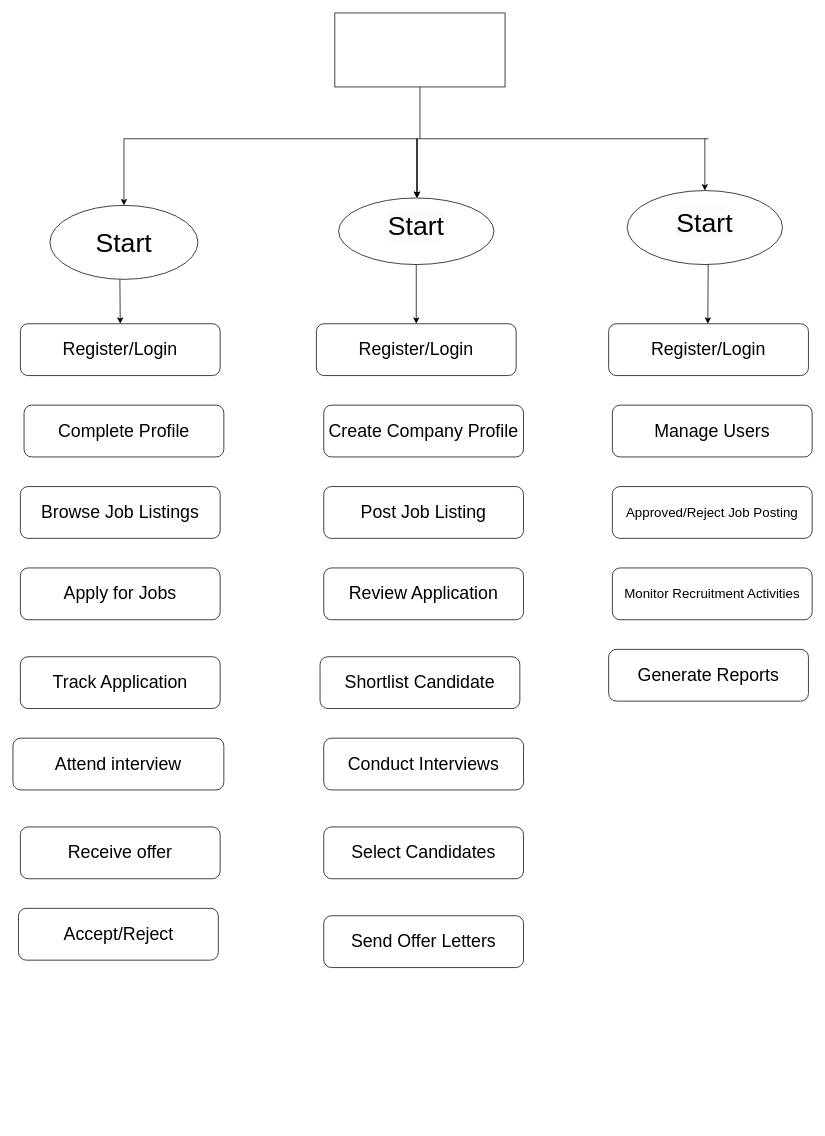
Before: CRMS.drawio in regel04/CRMS, a draw.io diagram. Source tidied: cells renumbered, new cells numbered last; positions are measured from the earlier drawing's top-left corner, leaving out a move shared by most shapes. Both pictures are drawn from the tidied source at 74%, with x=0, y=0 at pixel (13, 13).
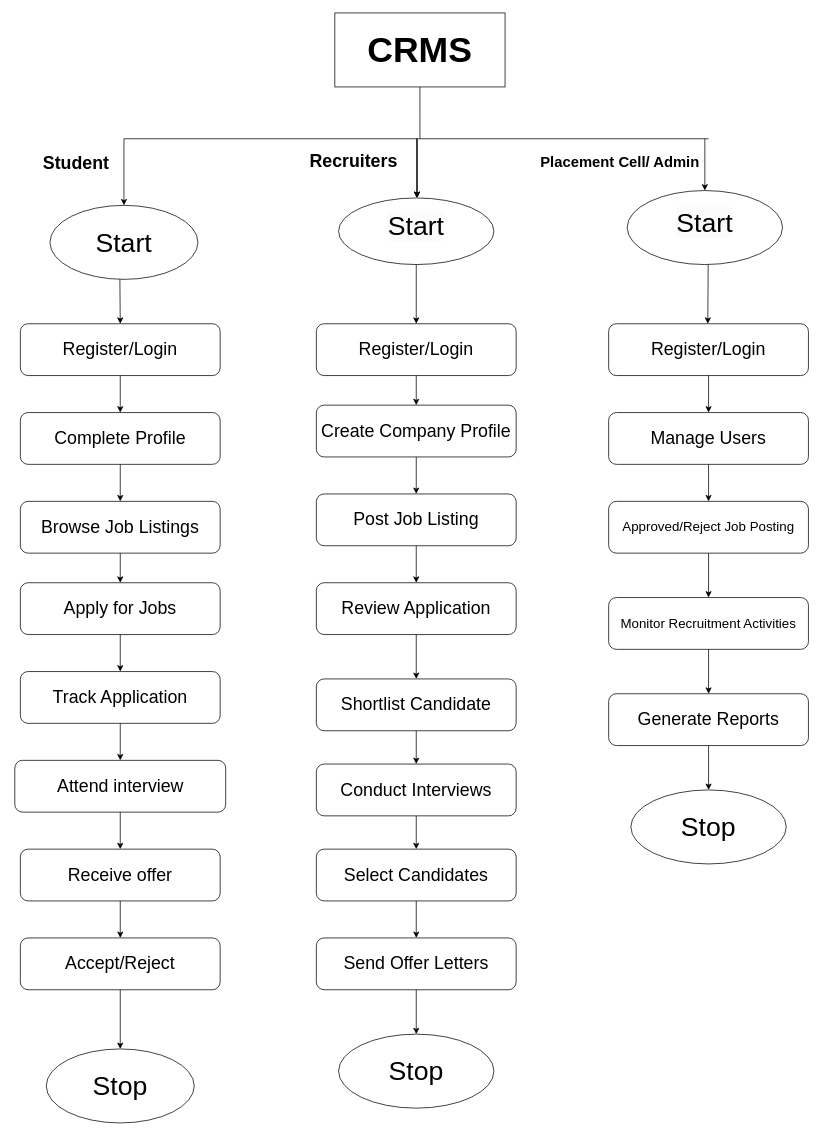
The same diagram, later.

The change refers to these unchanged cells:
```xml
<mxCell id="12" value="&lt;font style=&quot;font-size: 24px;&quot;&gt;Register/Login&lt;/font&gt;" style="rounded=1;whiteSpace=wrap;html=1;" parent="1" vertex="1">
  <mxGeometry x="10" y="420" width="270" height="70" as="geometry" />
</mxCell>
<mxCell id="20" value="&lt;span style=&quot;font-size: 24px;&quot;&gt;Register/Login&lt;/span&gt;" style="rounded=1;whiteSpace=wrap;html=1;" parent="1" vertex="1">
  <mxGeometry x="805" y="420" width="270" height="70" as="geometry" />
</mxCell>
<mxCell id="26" value="&lt;span style=&quot;font-size: 24px;&quot;&gt;Register/Login&lt;/span&gt;" style="rounded=1;whiteSpace=wrap;html=1;" parent="1" vertex="1">
  <mxGeometry x="410" y="420" width="270" height="70" as="geometry" />
</mxCell>
```

Change to the diagram source:
```diff
@@
-    <mxCell id="3" style="rounded=0;whiteSpace=wrap;html=1;" parent="1" vertex="1">
+    <mxCell id="3" value="&lt;font style=&quot;font-size: 48px;&quot;&gt;&lt;b&gt;CRMS&lt;/b&gt;&lt;/font&gt;" style="rounded=0;whiteSpace=wrap;html=1;" parent="1" vertex="1">
       <mxGeometry x="435" width="230" height="100" as="geometry" />
     </mxCell>
@@
     <mxCell id="13" value="&lt;font style=&quot;font-size: 24px;&quot;&gt;Complete Profile&lt;/font&gt;" style="rounded=1;whiteSpace=wrap;html=1;" parent="1" vertex="1">
-      <mxGeometry x="15" y="530" width="270" height="70" as="geometry" />
+      <mxGeometry x="10" y="540" width="270" height="70" as="geometry" />
     </mxCell>
     <mxCell id="14" value="&lt;font style=&quot;font-size: 24px;&quot;&gt;Browse Job Listings&lt;/font&gt;" style="rounded=1;whiteSpace=wrap;html=1;" parent="1" vertex="1">
-      <mxGeometry x="10" y="640" width="270" height="70" as="geometry" />
+      <mxGeometry x="10" y="660" width="270" height="70" as="geometry" />
     </mxCell>
     <mxCell id="15" value="&lt;font style=&quot;font-size: 24px;&quot;&gt;Apply for Jobs&lt;/font&gt;" style="rounded=1;whiteSpace=wrap;html=1;" parent="1" vertex="1">
-      <mxGeometry x="10" y="750" width="270" height="70" as="geometry" />
+      <mxGeometry x="10" y="770" width="270" height="70" as="geometry" />
     </mxCell>
     <mxCell id="16" value="&lt;font style=&quot;font-size: 24px;&quot;&gt;Track Application&lt;/font&gt;" style="rounded=1;whiteSpace=wrap;html=1;" parent="1" vertex="1">
-      <mxGeometry x="10" y="870" width="270" height="70" as="geometry" />
+      <mxGeometry x="10" y="890" width="270" height="70" as="geometry" />
     </mxCell>
     <mxCell id="17" value="&lt;font style=&quot;font-size: 24px;&quot;&gt;Attend interview&lt;/font&gt;" style="rounded=1;whiteSpace=wrap;html=1;" parent="1" vertex="1">
-      <mxGeometry y="980" width="285" height="70" as="geometry" />
+      <mxGeometry x="2.5" y="1010" width="285" height="70" as="geometry" />
     </mxCell>
     <mxCell id="18" value="&lt;font style=&quot;font-size: 24px;&quot;&gt;Receive offer&lt;/font&gt;" style="rounded=1;whiteSpace=wrap;html=1;" parent="1" vertex="1">
-      <mxGeometry x="10" y="1100" width="270" height="70" as="geometry" />
+      <mxGeometry x="10" y="1130" width="270" height="70" as="geometry" />
     </mxCell>
     <mxCell id="19" value="&lt;font style=&quot;font-size: 24px;&quot;&gt;Accept/Reject&lt;/font&gt;" style="rounded=1;whiteSpace=wrap;html=1;" parent="1" vertex="1">
-      <mxGeometry x="7.5" y="1210" width="270" height="70" as="geometry" />
+      <mxGeometry x="10" y="1250" width="270" height="70" as="geometry" />
     </mxCell>
@@
     <mxCell id="21" value="&lt;font style=&quot;font-size: 18px;&quot;&gt;Approved/Reject Job Posting&lt;/font&gt;" style="rounded=1;whiteSpace=wrap;html=1;" parent="1" vertex="1">
-      <mxGeometry x="810" y="640" width="270" height="70" as="geometry" />
+      <mxGeometry x="805" y="660" width="270" height="70" as="geometry" />
     </mxCell>
     <mxCell id="22" value="&lt;font style=&quot;font-size: 24px;&quot;&gt;Manage Users&lt;/font&gt;" style="rounded=1;whiteSpace=wrap;html=1;" parent="1" vertex="1">
-      <mxGeometry x="810" y="530" width="270" height="70" as="geometry" />
+      <mxGeometry x="805" y="540" width="270" height="70" as="geometry" />
     </mxCell>
     <mxCell id="23" value="&lt;font style=&quot;font-size: 24px;&quot;&gt;Select Candidates&lt;/font&gt;" style="rounded=1;whiteSpace=wrap;html=1;" parent="1" vertex="1">
-      <mxGeometry x="420" y="1100" width="270" height="70" as="geometry" />
+      <mxGeometry x="410" y="1130" width="270" height="70" as="geometry" />
     </mxCell>
     <mxCell id="24" value="&lt;font style=&quot;font-size: 18px;&quot;&gt;Monitor Recruitment Activities&lt;/font&gt;" style="rounded=1;whiteSpace=wrap;html=1;" parent="1" vertex="1">
-      <mxGeometry x="810" y="750" width="270" height="70" as="geometry" />
+      <mxGeometry x="805" y="790" width="270" height="70" as="geometry" />
     </mxCell>
     <mxCell id="25" value="&lt;font style=&quot;font-size: 24px;&quot;&gt;Generate Reports&lt;/font&gt;" style="rounded=1;whiteSpace=wrap;html=1;" parent="1" vertex="1">
-      <mxGeometry x="805" y="860" width="270" height="70" as="geometry" />
+      <mxGeometry x="805" y="920" width="270" height="70" as="geometry" />
     </mxCell>
@@
     <mxCell id="27" value="&lt;font style=&quot;font-size: 24px;&quot;&gt;Create Company Profile&lt;/font&gt;" style="rounded=1;whiteSpace=wrap;html=1;" parent="1" vertex="1">
-      <mxGeometry x="420" y="530" width="270" height="70" as="geometry" />
+      <mxGeometry x="410" y="530" width="270" height="70" as="geometry" />
     </mxCell>
     <mxCell id="28" value="&lt;font style=&quot;font-size: 24px;&quot;&gt;Post Job Listing&lt;/font&gt;" style="rounded=1;whiteSpace=wrap;html=1;" parent="1" vertex="1">
-      <mxGeometry x="420" y="640" width="270" height="70" as="geometry" />
+      <mxGeometry x="410" y="650" width="270" height="70" as="geometry" />
     </mxCell>
     <mxCell id="29" value="&lt;font style=&quot;font-size: 24px;&quot;&gt;Review Application&lt;/font&gt;" style="rounded=1;whiteSpace=wrap;html=1;" parent="1" vertex="1">
-      <mxGeometry x="420" y="750" width="270" height="70" as="geometry" />
+      <mxGeometry x="410" y="770" width="270" height="70" as="geometry" />
     </mxCell>
     <mxCell id="30" value="&lt;font style=&quot;font-size: 24px;&quot;&gt;Shortlist Candidate&lt;/font&gt;" style="rounded=1;whiteSpace=wrap;html=1;" parent="1" vertex="1">
-      <mxGeometry x="415" y="870" width="270" height="70" as="geometry" />
+      <mxGeometry x="410" y="900" width="270" height="70" as="geometry" />
     </mxCell>
     <mxCell id="31" value="&lt;font style=&quot;font-size: 24px;&quot;&gt;Conduct Interviews&lt;/font&gt;" style="rounded=1;whiteSpace=wrap;html=1;" parent="1" vertex="1">
-      <mxGeometry x="420" y="980" width="270" height="70" as="geometry" />
+      <mxGeometry x="410" y="1015" width="270" height="70" as="geometry" />
     </mxCell>
     <mxCell id="32" value="&lt;font style=&quot;font-size: 24px;&quot;&gt;Send Offer Letters&lt;/font&gt;" style="rounded=1;whiteSpace=wrap;html=1;" parent="1" vertex="1">
-      <mxGeometry x="420" y="1220" width="270" height="70" as="geometry" />
+      <mxGeometry x="410" y="1250" width="270" height="70" as="geometry" />
     </mxCell>
@@
+    <mxCell id="37" value="&lt;font style=&quot;font-size: 36px;&quot;&gt;Stop&lt;/font&gt;" style="ellipse;whiteSpace=wrap;html=1;" parent="1" vertex="1">
+      <mxGeometry x="835" y="1050" width="210" height="100" as="geometry" />
+    </mxCell>
+    <mxCell id="38" value="&lt;font style=&quot;font-size: 36px;&quot;&gt;Stop&lt;/font&gt;" style="ellipse;whiteSpace=wrap;html=1;" parent="1" vertex="1">
+      <mxGeometry x="440" y="1380" width="210" height="100" as="geometry" />
+    </mxCell>
+    <mxCell id="39" value="&lt;font style=&quot;font-size: 36px;&quot;&gt;Stop&lt;/font&gt;" style="ellipse;whiteSpace=wrap;html=1;" parent="1" vertex="1">
+      <mxGeometry x="45" y="1400" width="200" height="100" as="geometry" />
+    </mxCell>
+    <mxCell id="40" style="endArrow=classic;html=1;rounded=0;exitX=0.5;exitY=1;exitDx=0;exitDy=0;" parent="1" edge="1" source="19" target="39">
+      <mxGeometry relative="1" as="geometry" />
+    </mxCell>
+    <mxCell id="41" style="endArrow=classic;html=1;rounded=0;exitX=0.5;exitY=1;exitDx=0;exitDy=0;entryX=0.5;entryY=0;entryDx=0;entryDy=0;" parent="1" edge="1" source="32" target="38">
+      <mxGeometry relative="1" as="geometry" />
+    </mxCell>
+    <mxCell id="42" style="endArrow=classic;html=1;rounded=0;exitX=0.5;exitY=1;exitDx=0;exitDy=0;entryX=0.5;entryY=0;entryDx=0;entryDy=0;" parent="1" edge="1" source="25" target="37">
+      <mxGeometry relative="1" as="geometry" />
+    </mxCell>
+    <mxCell id="43" style="endArrow=classic;html=1;rounded=0;exitX=0.5;exitY=1;exitDx=0;exitDy=0;entryX=0.5;entryY=0;entryDx=0;entryDy=0;" parent="1" edge="1" source="12" target="13">
+      <mxGeometry relative="1" as="geometry" />
+    </mxCell>
+    <mxCell id="44" style="endArrow=classic;html=1;rounded=0;exitX=0.5;exitY=1;exitDx=0;exitDy=0;" parent="1" edge="1" source="13" target="14">
+      <mxGeometry relative="1" as="geometry" />
+    </mxCell>
+    <mxCell id="45" style="endArrow=classic;html=1;rounded=0;exitX=0.5;exitY=1;exitDx=0;exitDy=0;entryX=0.5;entryY=0;entryDx=0;entryDy=0;" parent="1" edge="1" source="14" target="15">
+      <mxGeometry relative="1" as="geometry" />
+    </mxCell>
+    <mxCell id="46" style="endArrow=classic;html=1;rounded=0;exitX=0.5;exitY=1;exitDx=0;exitDy=0;" parent="1" edge="1" source="15" target="16">
+      <mxGeometry relative="1" as="geometry" />
+    </mxCell>
+    <mxCell id="47" style="endArrow=classic;html=1;rounded=0;exitX=0.5;exitY=1;exitDx=0;exitDy=0;entryX=0.5;entryY=0;entryDx=0;entryDy=0;" parent="1" edge="1" source="16" target="17">
+      <mxGeometry relative="1" as="geometry" />
+    </mxCell>
+    <mxCell id="48" style="endArrow=classic;html=1;rounded=0;exitX=0.5;exitY=1;exitDx=0;exitDy=0;entryX=0.5;entryY=0;entryDx=0;entryDy=0;" parent="1" edge="1" source="17" target="18">
+      <mxGeometry relative="1" as="geometry" />
+    </mxCell>
+    <mxCell id="49" style="endArrow=classic;html=1;rounded=0;exitX=0.5;exitY=1;exitDx=0;exitDy=0;entryX=0.5;entryY=0;entryDx=0;entryDy=0;" parent="1" edge="1" source="18" target="19">
+      <mxGeometry relative="1" as="geometry" />
+    </mxCell>
+    <mxCell id="50" style="endArrow=classic;html=1;rounded=0;exitX=0.5;exitY=1;exitDx=0;exitDy=0;entryX=0.5;entryY=0;entryDx=0;entryDy=0;" parent="1" edge="1" source="26" target="27">
+      <mxGeometry relative="1" as="geometry" />
+    </mxCell>
+    <mxCell id="51" style="endArrow=classic;html=1;rounded=0;exitX=0.5;exitY=1;exitDx=0;exitDy=0;entryX=0.5;entryY=0;entryDx=0;entryDy=0;" parent="1" edge="1" source="27" target="28">
+      <mxGeometry relative="1" as="geometry" />
+    </mxCell>
+    <mxCell id="52" style="endArrow=classic;html=1;rounded=0;exitX=0.5;exitY=1;exitDx=0;exitDy=0;entryX=0.5;entryY=0;entryDx=0;entryDy=0;" parent="1" edge="1" source="31" target="23">
+      <mxGeometry relative="1" as="geometry" />
+    </mxCell>
+    <mxCell id="53" style="endArrow=classic;html=1;rounded=0;exitX=0.5;exitY=1;exitDx=0;exitDy=0;entryX=0.5;entryY=0;entryDx=0;entryDy=0;" parent="1" edge="1" source="30" target="31">
+      <mxGeometry relative="1" as="geometry" />
+    </mxCell>
+    <mxCell id="54" style="endArrow=classic;html=1;rounded=0;exitX=0.5;exitY=1;exitDx=0;exitDy=0;entryX=0.5;entryY=0;entryDx=0;entryDy=0;" parent="1" edge="1" source="29" target="30">
+      <mxGeometry relative="1" as="geometry" />
+    </mxCell>
+    <mxCell id="55" style="endArrow=classic;html=1;rounded=0;exitX=0.5;exitY=1;exitDx=0;exitDy=0;entryX=0.5;entryY=0;entryDx=0;entryDy=0;" parent="1" edge="1" source="28" target="29">
+      <mxGeometry relative="1" as="geometry" />
+    </mxCell>
+    <mxCell id="56" style="endArrow=classic;html=1;rounded=0;exitX=0.5;exitY=1;exitDx=0;exitDy=0;" parent="1" edge="1" source="23" target="32">
+      <mxGeometry relative="1" as="geometry" />
+    </mxCell>
+    <mxCell id="57" style="endArrow=classic;html=1;rounded=0;exitX=0.5;exitY=1;exitDx=0;exitDy=0;entryX=0.5;entryY=0;entryDx=0;entryDy=0;" parent="1" edge="1" source="20" target="22">
+      <mxGeometry relative="1" as="geometry" />
+    </mxCell>
+    <mxCell id="58" style="endArrow=classic;html=1;rounded=0;exitX=0.5;exitY=1;exitDx=0;exitDy=0;entryX=0.5;entryY=0;entryDx=0;entryDy=0;" parent="1" edge="1" source="22" target="21">
+      <mxGeometry relative="1" as="geometry" />
+    </mxCell>
+    <mxCell id="59" style="endArrow=classic;html=1;rounded=0;exitX=0.5;exitY=1;exitDx=0;exitDy=0;" parent="1" edge="1" source="21" target="24">
+      <mxGeometry relative="1" as="geometry" />
+    </mxCell>
+    <mxCell id="60" style="endArrow=classic;html=1;rounded=0;exitX=0.5;exitY=1;exitDx=0;exitDy=0;entryX=0.5;entryY=0;entryDx=0;entryDy=0;" parent="1" edge="1" source="24" target="25">
+      <mxGeometry relative="1" as="geometry" />
+    </mxCell>
+    <mxCell id="61" value="&lt;font style=&quot;font-size: 24px;&quot;&gt;&lt;b style=&quot;&quot;&gt;Student&lt;/b&gt;&lt;/font&gt;" style="text;html=1;align=center;verticalAlign=middle;strokeColor=none;fillColor=none;" parent="1" vertex="1">
+      <mxGeometry x="30" y="183" width="110" height="40" as="geometry" />
+    </mxCell>
+    <mxCell id="62" value="&lt;font style=&quot;font-size: 24px;&quot;&gt;&lt;b&gt;Recruiters&lt;/b&gt;&lt;/font&gt;" style="text;html=1;align=center;verticalAlign=middle;strokeColor=none;fillColor=none;" parent="1" vertex="1">
+      <mxGeometry x="390" y="180" width="140" height="40" as="geometry" />
+    </mxCell>
+    <mxCell id="63" value="&lt;font style=&quot;font-size: 20px;&quot;&gt;&lt;b style=&quot;&quot;&gt;Placement Cell/ Admin&lt;/b&gt;&lt;/font&gt;" style="text;html=1;align=center;verticalAlign=middle;strokeColor=none;fillColor=none;" parent="1" vertex="1">
+      <mxGeometry x="700" y="180" width="240" height="40" as="geometry" />
+    </mxCell>
```
